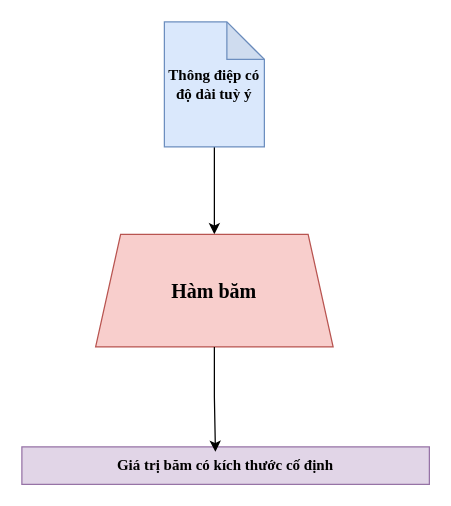
Above: HashFunction.drawio in huyle84/diagrams (draw.io), before the change. Source tidied: cells renumbered, new cells numbered last; positions are measured from the earlier drawing's top-left corner, leaving out a move shared by most shapes. Both pictures are drawn from the tidied source at 125%, with x=0, y=0 at pixel (21, 21).
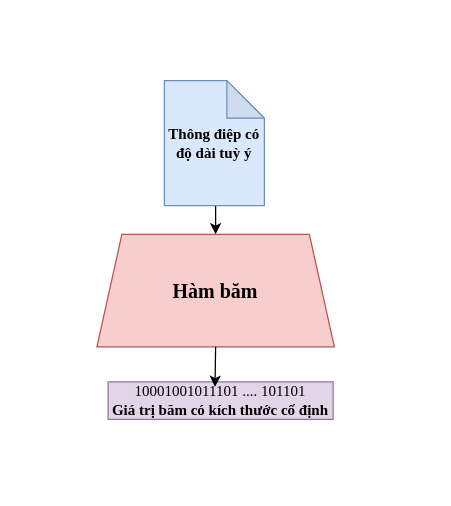
The same page after the edit.

What changed in the source:
```diff
@@
 <mxGraphModel>
   <root>
     <mxCell id="0" />
     <mxCell id="1" parent="0" />
     <mxCell id="2" style="edgeStyle=orthogonalEdgeStyle;rounded=0;jettySize=auto;html=1;exitX=0.5;exitY=1;exitDx=0;exitDy=0;exitPerimeter=0;entryX=0.5;entryY=0;entryDx=0;entryDy=0;" parent="1" edge="1" source="3" target="4">
       <mxGeometry relative="1" as="geometry" />
     </mxCell>
     <mxCell id="3" value="&lt;font face=&quot;Times New Roman&quot;&gt;&lt;b&gt;Thông điệp có độ dài tuỳ ý&lt;/b&gt;&lt;/font&gt;" style="shape=note;whiteSpace=wrap;html=1;backgroundOutline=1;darkOpacity=0.05;fillColor=#dae8fc;strokeColor=#6c8ebf;" parent="1" vertex="1">
-      <mxGeometry x="114" width="80" height="100" as="geometry" />
+      <mxGeometry x="114" y="47" width="80" height="100" as="geometry" />
     </mxCell>
     <mxCell id="4" value="&lt;font style=&quot;font-size: 16px;&quot; face=&quot;Times New Roman&quot;&gt;&lt;b style=&quot;&quot;&gt;Hàm băm&lt;/b&gt;&lt;/font&gt;" style="shape=trapezoid;perimeter=trapezoidPerimeter;whiteSpace=wrap;html=1;fixedSize=1;fillColor=#f8cecc;strokeColor=#b85450;" parent="1" vertex="1">
-      <mxGeometry x="59" y="170" width="190" height="90" as="geometry" />
+      <mxGeometry x="60" y="170" width="190" height="90" as="geometry" />
     </mxCell>
-    <mxCell id="5" value="&lt;font face=&quot;Times New Roman&quot;&gt;&lt;b&gt;Giá trị băm có kích thước cố định&lt;/b&gt;&lt;/font&gt;" style="text;html=1;align=center;verticalAlign=middle;whiteSpace=wrap;rounded=0;fillColor=#e1d5e7;strokeColor=#9673a6;" parent="1" vertex="1">
-      <mxGeometry y="340" width="326" height="30" as="geometry" />
+    <mxCell id="5" value="&lt;div&gt;&lt;font face=&quot;Times New Roman&quot;&gt;10001001011101 .... 101101&lt;/font&gt;&lt;/div&gt;&lt;font face=&quot;Times New Roman&quot;&gt;&lt;b&gt;Giá trị băm có kích thước cố định&lt;/b&gt;&lt;/font&gt;" style="text;html=1;align=center;verticalAlign=middle;whiteSpace=wrap;rounded=0;fillColor=#e1d5e7;strokeColor=#9673a6;" parent="1" vertex="1">
+      <mxGeometry x="69" y="288" width="180" height="30" as="geometry" />
     </mxCell>
     <mxCell id="6" style="edgeStyle=orthogonalEdgeStyle;rounded=0;jettySize=auto;html=1;exitX=0.5;exitY=1;exitDx=0;exitDy=0;entryX=0.475;entryY=0.133;entryDx=0;entryDy=0;entryPerimeter=0;" parent="1" edge="1" source="4" target="5">
       <mxGeometry relative="1" as="geometry" />
     </mxCell>
   </root>
 </mxGraphModel>
```
